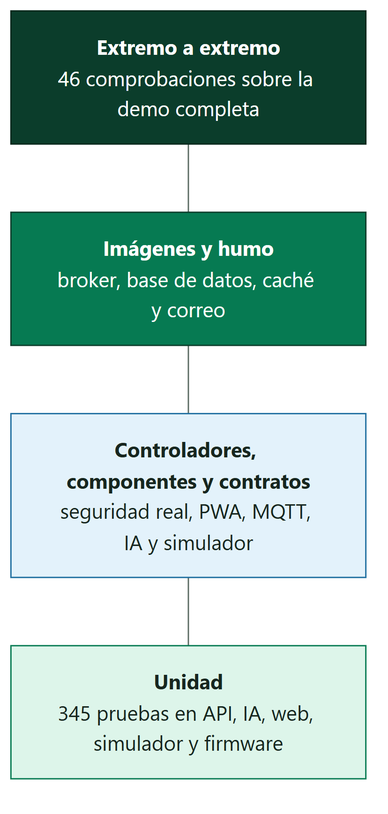
Above: docs/diagrams/SmartPot_33_Test_Pyramid.png in SmartPotTech/.github (Mermaid), before the change. Its source is kept beside it as docs/diagrams/SmartPot_33_Test_Pyramid.mmd. The source it was exported from:
```mermaid
%%{init: {"theme": "base", "fontFamily": "Segoe UI, Arial, sans-serif", "themeVariables": {"fontFamily": "Segoe UI, Arial, sans-serif", "fontSize": "15px", "primaryColor": "#DDF5EA", "primaryTextColor": "#17261F", "primaryBorderColor": "#067A52", "secondaryColor": "#E3F2FB", "secondaryTextColor": "#17261F", "secondaryBorderColor": "#1F6FA0", "tertiaryColor": "#F2F7F4", "tertiaryTextColor": "#17261F", "tertiaryBorderColor": "#D5E3DC", "lineColor": "#5B6B63", "textColor": "#17261F", "mainBkg": "#DDF5EA", "nodeBorder": "#067A52", "clusterBkg": "#F7FAF8", "clusterBorder": "#D5E3DC", "edgeLabelBackground": "#FFFFFF", "actorBkg": "#067A52", "actorBorder": "#0B3D2B", "actorTextColor": "#FFFFFF", "actorLineColor": "#5B6B63", "signalColor": "#17261F", "signalTextColor": "#17261F", "labelBoxBkgColor": "#0B3D2B", "labelBoxBorderColor": "#0B3D2B", "labelTextColor": "#FFFFFF", "loopTextColor": "#0B3D2B", "noteBkgColor": "#FDF4DD", "noteBorderColor": "#C98D12", "noteTextColor": "#17261F", "activationBkgColor": "#DDF5EA", "activationBorderColor": "#067A52", "attributeBackgroundColorOdd": "#FFFFFF", "attributeBackgroundColorEven": "#F2F7F4"}}}%%
flowchart TB
  e2e["<b>Extremo a extremo</b><br/>46 comprobaciones sobre la demo completa"]
  humo["<b>Imágenes y humo</b><br/>broker, base de datos, caché y correo"]
  contrato["<b>Controladores, componentes y contratos</b><br/>seguridad real, PWA, MQTT, IA y simulador"]
  unidad["<b>Unidad</b><br/>345 pruebas en API, IA, web, simulador y firmware"]
  e2e --- humo --- contrato --- unidad
  classDef leaf fill:#DDF5EA,stroke:#067A52,color:#17261F
  classDef water fill:#E3F2FB,stroke:#1F6FA0,color:#17261F
  classDef sun fill:#FDF4DD,stroke:#C98D12,color:#17261F
  classDef clay fill:#FBE9E1,stroke:#B85A38,color:#17261F
  classDef core fill:#067A52,stroke:#0B3D2B,color:#FFFFFF
  classDef deep fill:#0B3D2B,stroke:#06281C,color:#FFFFFF
  classDef muted fill:#F2F7F4,stroke:#5B6B63,color:#17261F
  class e2e deep
  class humo core
  class contrato water
  class unidad leaf
```
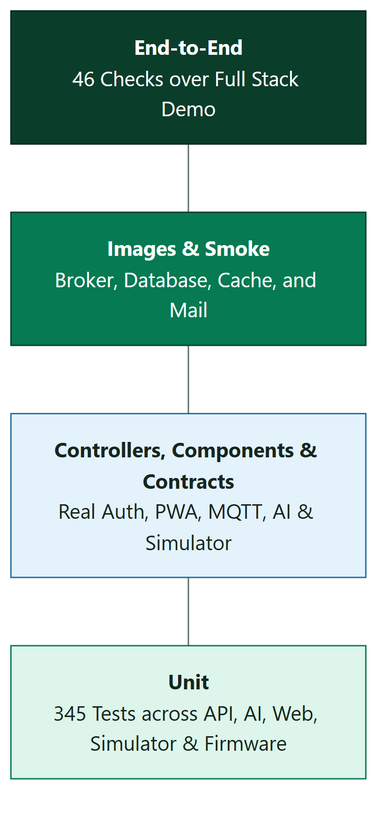
The same file after the commit.

The edit, as a diff of the source:
```diff
@@ -1,9 +1,9 @@
 %%{init: {"theme": "base", "fontFamily": "Segoe UI, Arial, sans-serif", "themeVariables": {"fontFamily": "Segoe UI, Arial, sans-serif", "fontSize": "15px", "primaryColor": "#DDF5EA", "primaryTextColor": "#17261F", "primaryBorderColor": "#067A52", "secondaryColor": "#E3F2FB", "secondaryTextColor": "#17261F", "secondaryBorderColor": "#1F6FA0", "tertiaryColor": "#F2F7F4", "tertiaryTextColor": "#17261F", "tertiaryBorderColor": "#D5E3DC", "lineColor": "#5B6B63", "textColor": "#17261F", "mainBkg": "#DDF5EA", "nodeBorder": "#067A52", "clusterBkg": "#F7FAF8", "clusterBorder": "#D5E3DC", "edgeLabelBackground": "#FFFFFF", "actorBkg": "#067A52", "actorBorder": "#0B3D2B", "actorTextColor": "#FFFFFF", "actorLineColor": "#5B6B63", "signalColor": "#17261F", "signalTextColor": "#17261F", "labelBoxBkgColor": "#0B3D2B", "labelBoxBorderColor": "#0B3D2B", "labelTextColor": "#FFFFFF", "loopTextColor": "#0B3D2B", "noteBkgColor": "#FDF4DD", "noteBorderColor": "#C98D12", "noteTextColor": "#17261F", "activationBkgColor": "#DDF5EA", "activationBorderColor": "#067A52", "attributeBackgroundColorOdd": "#FFFFFF", "attributeBackgroundColorEven": "#F2F7F4"}}}%%
 flowchart TB
-  e2e["<b>Extremo a extremo</b><br/>46 comprobaciones sobre la demo completa"]
-  humo["<b>Imágenes y humo</b><br/>broker, base de datos, caché y correo"]
-  contrato["<b>Controladores, componentes y contratos</b><br/>seguridad real, PWA, MQTT, IA y simulador"]
-  unidad["<b>Unidad</b><br/>345 pruebas en API, IA, web, simulador y firmware"]
+  e2e["<b>End-to-End</b><br/>46 Checks over Full Stack Demo"]
+  humo["<b>Images & Smoke</b><br/>Broker, Database, Cache, and Mail"]
+  contrato["<b>Controllers, Components & Contracts</b><br/>Real Auth, PWA, MQTT, AI & Simulator"]
+  unidad["<b>Unit</b><br/>345 Tests across API, AI, Web, Simulator & Firmware"]
   e2e --- humo --- contrato --- unidad
   classDef leaf fill:#DDF5EA,stroke:#067A52,color:#17261F
   classDef water fill:#E3F2FB,stroke:#1F6FA0,color:#17261F
```
